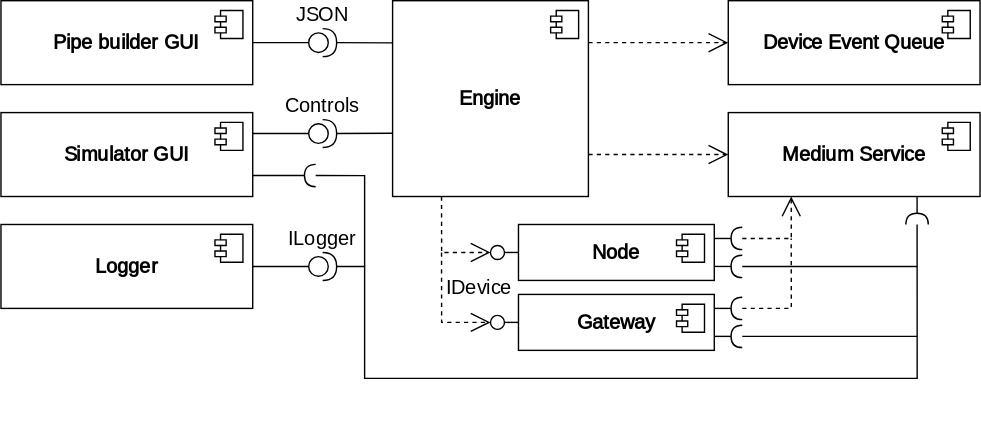
Before: Figures/technicalAnalysis/simulator/simulatorComponents.svg, a diagram exported from draw.io (Mikkelnn/ES8-Project). Source tidied: cells renumbered, new cells last; positions are measured from the earlier drawing's top-left corner, leaving out a move shared by most shapes.
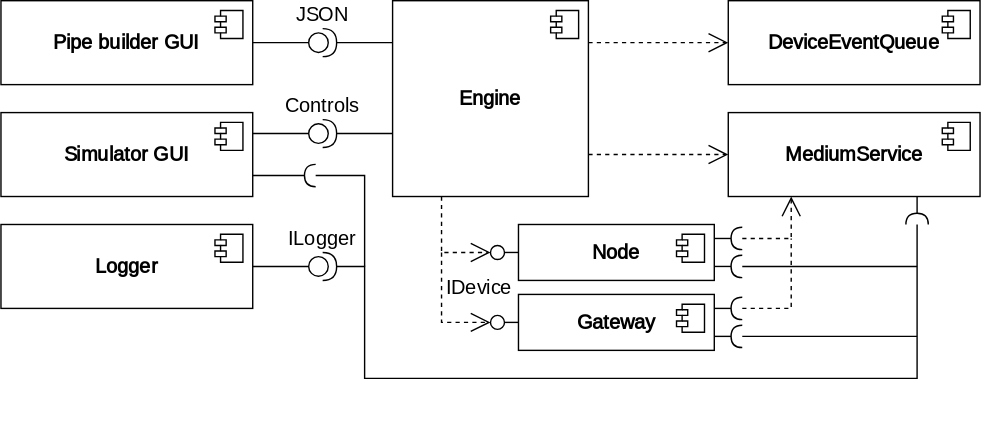
Above is the later version.

The edit, as a diff of the source:
```diff
@@ -34,7 +34,7 @@
         <mxPoint x="-27" y="7" as="offset" />
       </mxGeometry>
     </mxCell>
-    <mxCell id="10" value="&lt;b&gt;Device Event Queue&lt;/b&gt;" style="html=1;whiteSpace=wrap;fontFamily=LaTex;fontSource=https%3A%2F%2Fl.messenger.com%2Fl.php%3Fu%3Dhttps%253A%252F%252Fsourceforge.net%252Fprojects%252Fcm-unicode%252F%253Futm_id%253D97758_v0_s00_e0_tv0%2526fbclid%253DIwY2xjawQgySRleHRuA2FlbQIxMQBzcnRjBmFwcF9pZAEwAAEesw3PqB5totuJpd6eh1LaaKkuRE-Z_K1hziWoEV0fncl-qOL8ht-ayZM58K8_aem_JxLrLg0ROYKOzrblPzPiZg%26h%3DAT5WEuZGuo3uQ7rimEBXJ9KMJ0Q8-5wu28H95kAKUt3lUuGrPs6OhiQh5GxBjOpI0-ktUD_Y48bLHLEDVmCMICMOj1nMUkwi7kByh2wd8aliMqJLdBoROrQIvq_gKZaS4SCv7RLN_bpVnWxUsIqR9A;fontSize=14;" parent="1" vertex="1">
+    <mxCell id="10" value="&lt;b&gt;DeviceEventQueue&lt;/b&gt;" style="html=1;whiteSpace=wrap;fontFamily=LaTex;fontSource=https%3A%2F%2Fl.messenger.com%2Fl.php%3Fu%3Dhttps%253A%252F%252Fsourceforge.net%252Fprojects%252Fcm-unicode%252F%253Futm_id%253D97758_v0_s00_e0_tv0%2526fbclid%253DIwY2xjawQgySRleHRuA2FlbQIxMQBzcnRjBmFwcF9pZAEwAAEesw3PqB5totuJpd6eh1LaaKkuRE-Z_K1hziWoEV0fncl-qOL8ht-ayZM58K8_aem_JxLrLg0ROYKOzrblPzPiZg%26h%3DAT5WEuZGuo3uQ7rimEBXJ9KMJ0Q8-5wu28H95kAKUt3lUuGrPs6OhiQh5GxBjOpI0-ktUD_Y48bLHLEDVmCMICMOj1nMUkwi7kByh2wd8aliMqJLdBoROrQIvq_gKZaS4SCv7RLN_bpVnWxUsIqR9A;fontSize=14;" parent="1" vertex="1">
       <mxGeometry x="520" width="180" height="60" as="geometry" />
     </mxCell>
     <mxCell id="11" style="shape=module;jettyWidth=8;jettyHeight=4;fontFamily=LaTex;fontSource=https%3A%2F%2Fl.messenger.com%2Fl.php%3Fu%3Dhttps%253A%252F%252Fsourceforge.net%252Fprojects%252Fcm-unicode%252F%253Futm_id%253D97758_v0_s00_e0_tv0%2526fbclid%253DIwY2xjawQgySRleHRuA2FlbQIxMQBzcnRjBmFwcF9pZAEwAAEesw3PqB5totuJpd6eh1LaaKkuRE-Z_K1hziWoEV0fncl-qOL8ht-ayZM58K8_aem_JxLrLg0ROYKOzrblPzPiZg%26h%3DAT5WEuZGuo3uQ7rimEBXJ9KMJ0Q8-5wu28H95kAKUt3lUuGrPs6OhiQh5GxBjOpI0-ktUD_Y48bLHLEDVmCMICMOj1nMUkwi7kByh2wd8aliMqJLdBoROrQIvq_gKZaS4SCv7RLN_bpVnWxUsIqR9A;fontSize=14;" parent="10" vertex="1">
@@ -42,7 +42,7 @@
         <mxPoint x="-27" y="7" as="offset" />
       </mxGeometry>
     </mxCell>
-    <mxCell id="12" value="&lt;b&gt;Medium Service&lt;/b&gt;" style="html=1;whiteSpace=wrap;fontFamily=LaTex;fontSource=https%3A%2F%2Fl.messenger.com%2Fl.php%3Fu%3Dhttps%253A%252F%252Fsourceforge.net%252Fprojects%252Fcm-unicode%252F%253Futm_id%253D97758_v0_s00_e0_tv0%2526fbclid%253DIwY2xjawQgySRleHRuA2FlbQIxMQBzcnRjBmFwcF9pZAEwAAEesw3PqB5totuJpd6eh1LaaKkuRE-Z_K1hziWoEV0fncl-qOL8ht-ayZM58K8_aem_JxLrLg0ROYKOzrblPzPiZg%26h%3DAT5WEuZGuo3uQ7rimEBXJ9KMJ0Q8-5wu28H95kAKUt3lUuGrPs6OhiQh5GxBjOpI0-ktUD_Y48bLHLEDVmCMICMOj1nMUkwi7kByh2wd8aliMqJLdBoROrQIvq_gKZaS4SCv7RLN_bpVnWxUsIqR9A;fontSize=14;" parent="1" vertex="1">
+    <mxCell id="12" value="&lt;b&gt;MediumService&lt;/b&gt;" style="html=1;whiteSpace=wrap;fontFamily=LaTex;fontSource=https%3A%2F%2Fl.messenger.com%2Fl.php%3Fu%3Dhttps%253A%252F%252Fsourceforge.net%252Fprojects%252Fcm-unicode%252F%253Futm_id%253D97758_v0_s00_e0_tv0%2526fbclid%253DIwY2xjawQgySRleHRuA2FlbQIxMQBzcnRjBmFwcF9pZAEwAAEesw3PqB5totuJpd6eh1LaaKkuRE-Z_K1hziWoEV0fncl-qOL8ht-ayZM58K8_aem_JxLrLg0ROYKOzrblPzPiZg%26h%3DAT5WEuZGuo3uQ7rimEBXJ9KMJ0Q8-5wu28H95kAKUt3lUuGrPs6OhiQh5GxBjOpI0-ktUD_Y48bLHLEDVmCMICMOj1nMUkwi7kByh2wd8aliMqJLdBoROrQIvq_gKZaS4SCv7RLN_bpVnWxUsIqR9A;fontSize=14;" parent="1" vertex="1">
       <mxGeometry x="520" y="80" width="180" height="60" as="geometry" />
     </mxCell>
     <mxCell id="13" style="shape=module;jettyWidth=8;jettyHeight=4;fontFamily=LaTex;fontSource=https%3A%2F%2Fl.messenger.com%2Fl.php%3Fu%3Dhttps%253A%252F%252Fsourceforge.net%252Fprojects%252Fcm-unicode%252F%253Futm_id%253D97758_v0_s00_e0_tv0%2526fbclid%253DIwY2xjawQgySRleHRuA2FlbQIxMQBzcnRjBmFwcF9pZAEwAAEesw3PqB5totuJpd6eh1LaaKkuRE-Z_K1hziWoEV0fncl-qOL8ht-ayZM58K8_aem_JxLrLg0ROYKOzrblPzPiZg%26h%3DAT5WEuZGuo3uQ7rimEBXJ9KMJ0Q8-5wu28H95kAKUt3lUuGrPs6OhiQh5GxBjOpI0-ktUD_Y48bLHLEDVmCMICMOj1nMUkwi7kByh2wd8aliMqJLdBoROrQIvq_gKZaS4SCv7RLN_bpVnWxUsIqR9A;fontSize=14;" parent="12" vertex="1">
```
